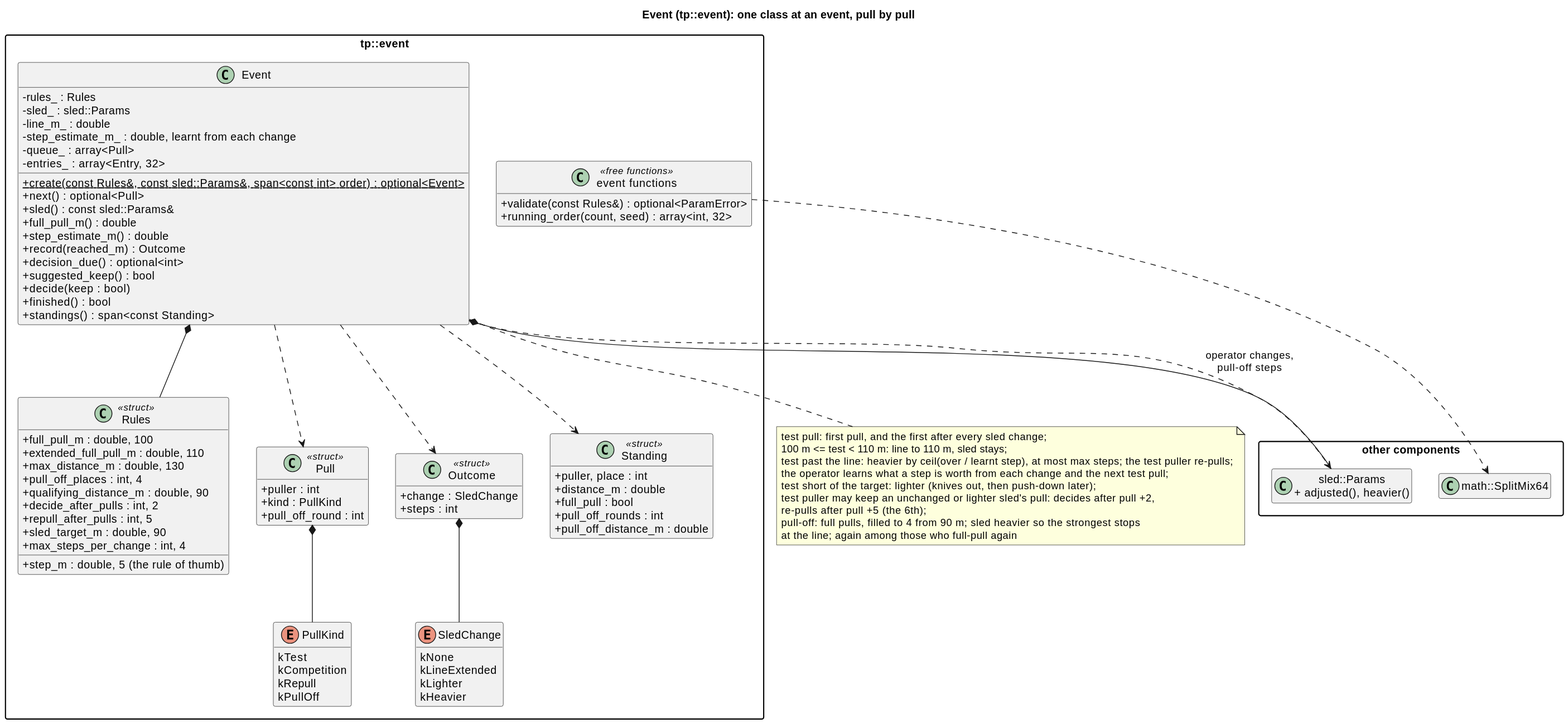
Above: docs/diagrams/svg/event_classes.svg in wversteeg/TractorPulling (PlantUML), before the change.
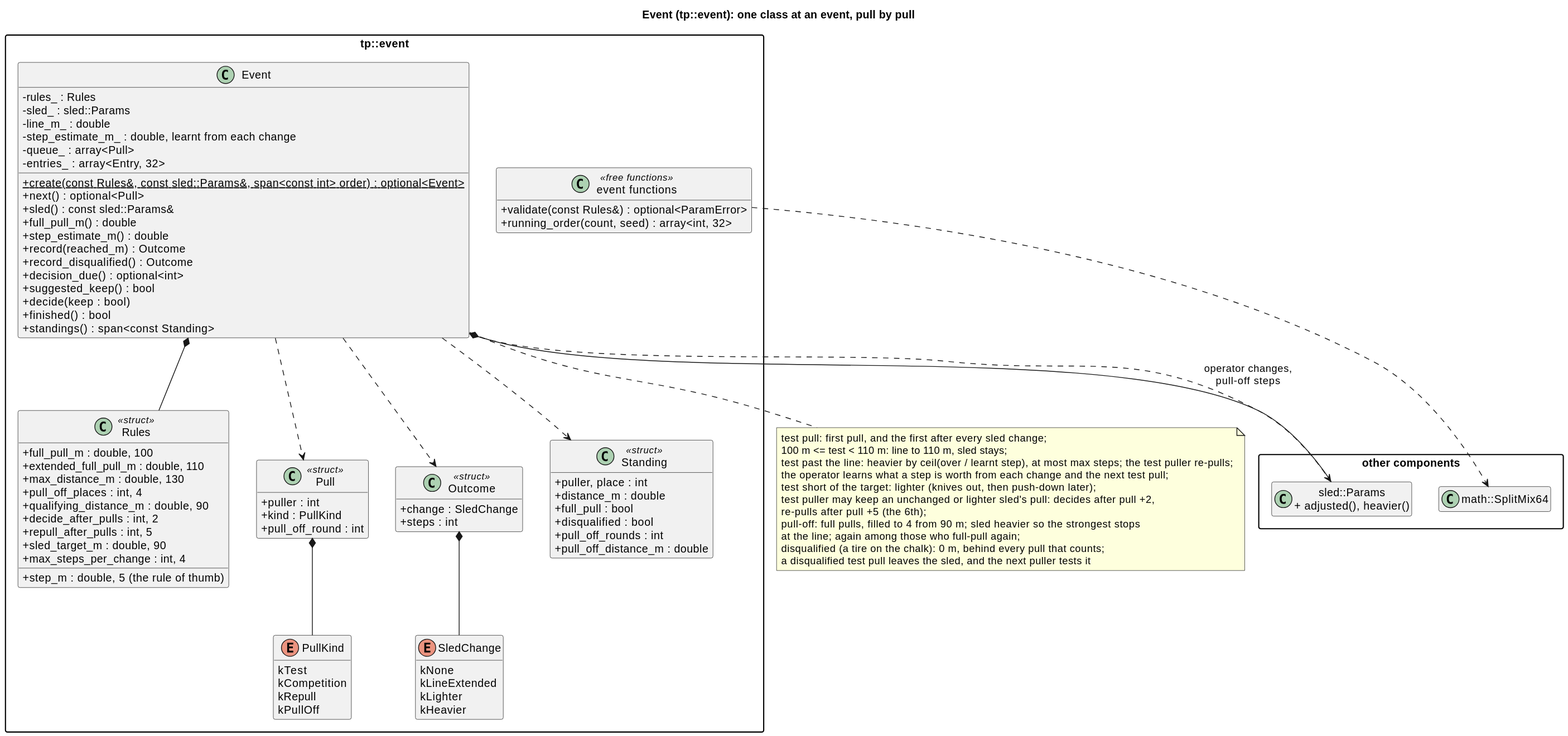
After the change.

Change to the diagram source:
```diff
@@ -47,6 +47,7 @@
     +puller, place : int
     +distance_m : double
     +full_pull : bool
+    +disqualified : bool
     +pull_off_rounds : int
     +pull_off_distance_m : double
   }
@@ -63,6 +64,7 @@
     +full_pull_m() : double
     +step_estimate_m() : double
     +record(reached_m) : Outcome
+    +record_disqualified() : Outcome
     +decision_due() : optional<int>
     +suggested_keep() : bool
     +decide(keep : bool)
@@ -92,6 +94,8 @@
   test puller may keep an unchanged or lighter sled's pull: decides after pull +2,
   re-pulls after pull +5 (the 6th);
   pull-off: full pulls, filled to 4 from 90 m; sled heavier so the strongest stops
-  at the line; again among those who full-pull again
+  at the line; again among those who full-pull again;
+  disqualified (a tire on the chalk): 0 m, behind every pull that counts;
+  a disqualified test pull leaves the sled, and the next puller tests it
 end note
 @enduml
```
